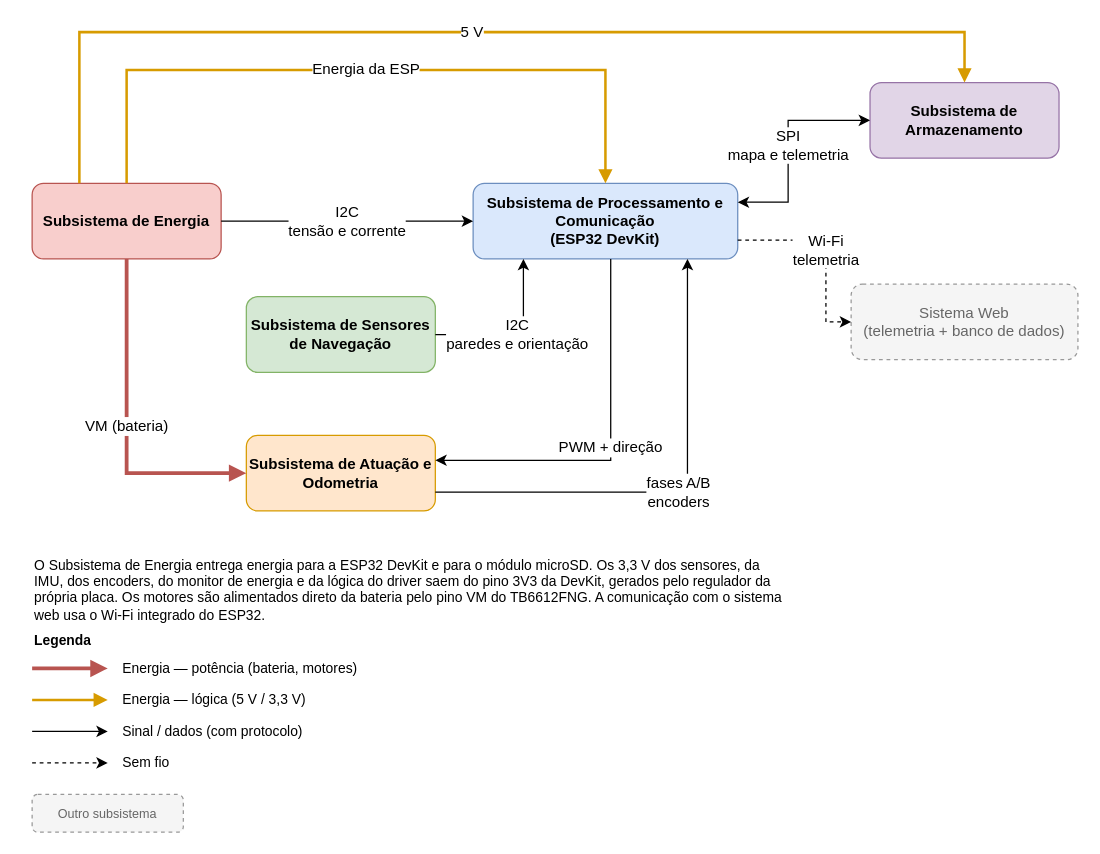
Before: page "Visão geral" (1 of 6) of hw/Placa de Integração/Diagrama de blocos/Diagrama de blocos.drawio in fcte-pi1/2026.2_PI1_Grupo2_Hilmer, a draw.io diagram. Source tidied: cells renumbered, new cells numbered last; positions are measured from the earlier drawing's top-left corner, leaving out a move shared by most shapes. Both pictures are drawn from the tidied source at 126%, with x=0, y=0 at pixel (32, 32).
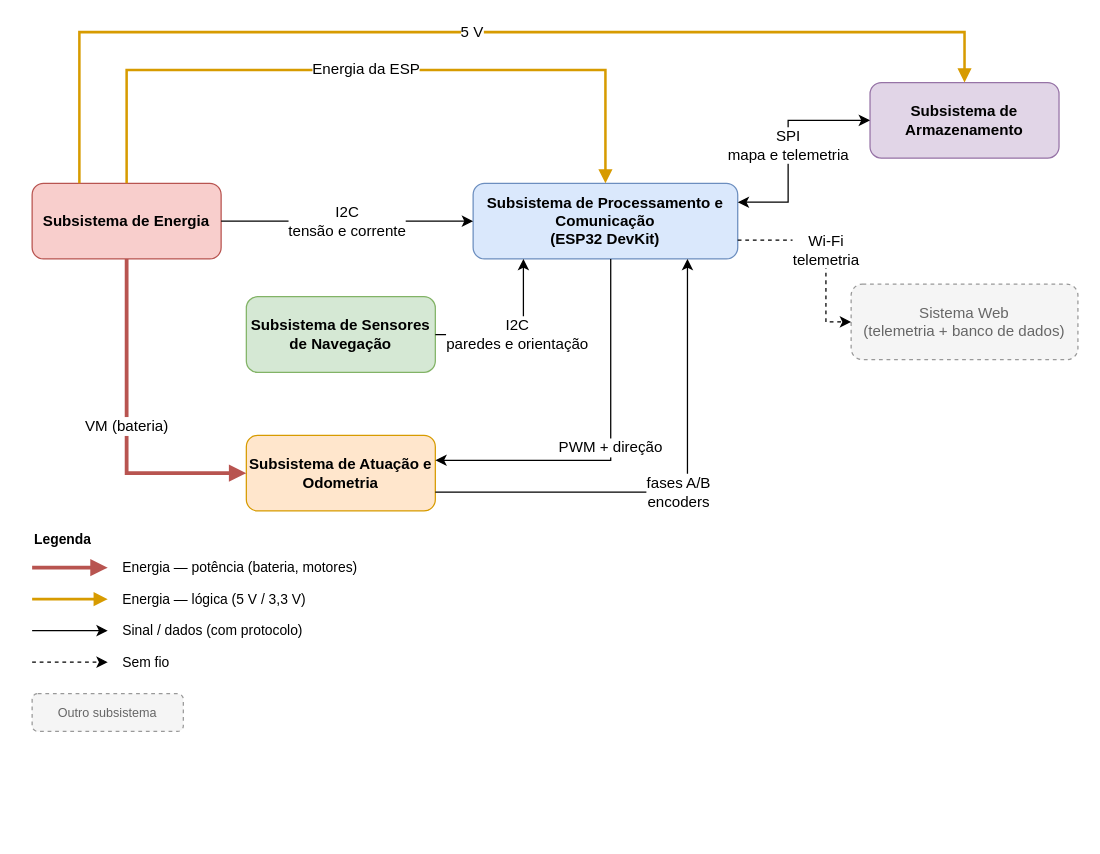
Above is the later version.

What changed in the source:
```diff
@@
-    <mxCell id="16" value="O Subsistema de Energia entrega energia para a ESP32 DevKit e para o módulo microSD. Os 3,3 V dos sensores, da IMU, dos encoders, do monitor de energia e da lógica do driver saem do pino 3V3 da DevKit, gerados pelo regulador da própria placa. Os motores são alimentados direto da bateria pelo pino VM do TB6612FNG. A comunicação com o sistema web usa o Wi-Fi integrado do ESP32." style="text;html=1;align=left;verticalAlign=top;whiteSpace=wrap;fontSize=11;" parent="1" vertex="1">
-      <mxGeometry y="410" width="600" height="40" as="geometry" />
-    </mxCell>
     <mxCell id="17" value="&lt;b&gt;Legenda&lt;/b&gt;" style="text;html=1;align=left;verticalAlign=top;whiteSpace=wrap;fontSize=11;" parent="1" vertex="1">
-      <mxGeometry y="470" width="200" height="20" as="geometry" />
+      <mxGeometry y="390" width="200" height="20" as="geometry" />
     </mxCell>
     <mxCell id="18" style="edgeStyle=orthogonalEdgeStyle;rounded=0;orthogonalLoop=1;jettySize=auto;html=1;labelBackgroundColor=#FFFFFF;fontSize=10;strokeWidth=3;strokeColor=#B85450;endArrow=block;endFill=1;" parent="1" edge="1">
       <mxGeometry relative="1" as="geometry">
-        <mxPoint y="505" as="sourcePoint" />
-        <mxPoint x="60" y="505" as="targetPoint" />
+        <mxPoint y="425" as="sourcePoint" />
+        <mxPoint x="60" y="425" as="targetPoint" />
       </mxGeometry>
     </mxCell>
     <mxCell id="19" value="Energia — potência (bateria, motores)" style="text;html=1;align=left;verticalAlign=top;whiteSpace=wrap;fontSize=11;verticalAlign=middle;" parent="1" vertex="1">
-      <mxGeometry x="70" y="495" width="240" height="20" as="geometry" />
+      <mxGeometry x="70" y="415" width="240" height="20" as="geometry" />
     </mxCell>
     <mxCell id="20" style="edgeStyle=orthogonalEdgeStyle;rounded=0;orthogonalLoop=1;jettySize=auto;html=1;labelBackgroundColor=#FFFFFF;fontSize=10;strokeWidth=1;endArrow=classic;endFill=1;" parent="1" edge="1">
       <mxGeometry relative="1" as="geometry">
-        <mxPoint y="555" as="sourcePoint" />
-        <mxPoint x="60" y="555" as="targetPoint" />
+        <mxPoint y="475" as="sourcePoint" />
+        <mxPoint x="60" y="475" as="targetPoint" />
       </mxGeometry>
     </mxCell>
     <mxCell id="21" value="Sinal / dados (com protocolo)" style="text;html=1;align=left;verticalAlign=top;whiteSpace=wrap;fontSize=11;verticalAlign=middle;" parent="1" vertex="1">
-      <mxGeometry x="70" y="545" width="200" height="20" as="geometry" />
+      <mxGeometry x="70" y="465" width="200" height="20" as="geometry" />
     </mxCell>
     <mxCell id="22" style="edgeStyle=orthogonalEdgeStyle;rounded=0;orthogonalLoop=1;jettySize=auto;html=1;labelBackgroundColor=#FFFFFF;fontSize=10;strokeWidth=1;endArrow=classic;endFill=1;dashed=1;" parent="1" edge="1">
       <mxGeometry relative="1" as="geometry">
-        <mxPoint y="580" as="sourcePoint" />
-        <mxPoint x="60" y="580" as="targetPoint" />
+        <mxPoint y="500" as="sourcePoint" />
+        <mxPoint x="60" y="500" as="targetPoint" />
       </mxGeometry>
     </mxCell>
     <mxCell id="23" value="Sem fio" style="text;html=1;align=left;verticalAlign=top;whiteSpace=wrap;fontSize=11;verticalAlign=middle;" parent="1" vertex="1">
-      <mxGeometry x="70" y="570" width="200" height="20" as="geometry" />
+      <mxGeometry x="70" y="490" width="200" height="20" as="geometry" />
     </mxCell>
     <mxCell id="24" value="Outro subsistema" style="rounded=1;whiteSpace=wrap;html=1;fillColor=#f5f5f5;strokeColor=#999999;dashed=1;fontColor=#666666;fontSize=10;" parent="1" vertex="1">
-      <mxGeometry y="605" width="120" height="30" as="geometry" />
+      <mxGeometry y="525" width="120" height="30" as="geometry" />
     </mxCell>
@@
     <mxCell id="26" style="edgeStyle=orthogonalEdgeStyle;rounded=0;orthogonalLoop=1;jettySize=auto;html=1;labelBackgroundColor=#FFFFFF;fontSize=10;strokeWidth=2;strokeColor=#D79B00;endArrow=block;endFill=1;" parent="1" edge="1">
       <mxGeometry relative="1" as="geometry">
-        <mxPoint y="530" as="sourcePoint" />
-        <mxPoint x="60" y="530" as="targetPoint" />
+        <mxPoint y="450" as="sourcePoint" />
+        <mxPoint x="60" y="450" as="targetPoint" />
       </mxGeometry>
     </mxCell>
     <mxCell id="27" value="Energia — lógica (5 V / 3,3 V)" style="text;html=1;align=left;verticalAlign=top;whiteSpace=wrap;fontSize=11;verticalAlign=middle;" parent="1" vertex="1">
-      <mxGeometry x="70" y="520" width="240" height="20" as="geometry" />
+      <mxGeometry x="70" y="440" width="240" height="20" as="geometry" />
     </mxCell>
```
